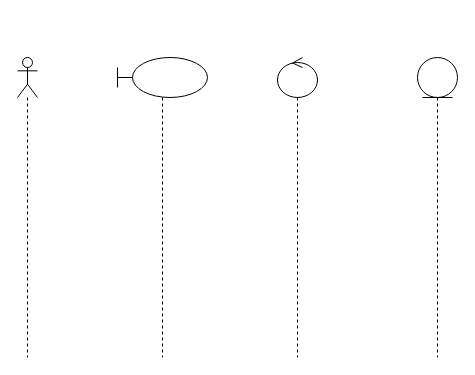
This is page "SequenceDiagram" (3 of 3) of RPLGading.drawio from fazrigading/fazrigading, a draw.io file, before an edit. Source tidied: cells renumbered, new cells numbered last; positions are measured from the earlier drawing's top-left corner, leaving out a move shared by most shapes. Both pictures are drawn from the tidied source at 100%, with x=0, y=0 at pixel (17, 57).
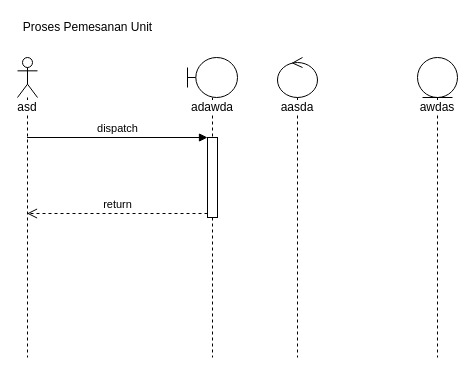
The same page after the edit.

Change to the diagram source:
```diff
@@
 <mxGraphModel>
   <root>
     <mxCell id="0" />
     <mxCell id="1" parent="0" />
-    <mxCell id="2" style="shape=umlLifeline;participant=umlActor;perimeter=lifelinePerimeter;whiteSpace=wrap;html=1;verticalAlign=top;spacingTop=36;outlineConnect=0;" parent="1" vertex="1">
+    <mxCell id="2" value="&lt;span style=&quot;background-color: rgb(255, 255, 255);&quot;&gt;asd&lt;/span&gt;" style="shape=umlLifeline;participant=umlActor;perimeter=lifelinePerimeter;whiteSpace=wrap;html=1;verticalAlign=top;spacingTop=36;outlineConnect=0;" parent="1" vertex="1">
       <mxGeometry width="20" height="300" as="geometry" />
     </mxCell>
-    <mxCell id="3" style="shape=umlLifeline;participant=umlBoundary;perimeter=lifelinePerimeter;whiteSpace=wrap;html=1;verticalAlign=top;spacingTop=36;" parent="1" vertex="1">
-      <mxGeometry x="100" width="90" height="300" as="geometry" />
+    <mxCell id="3" value="&lt;span style=&quot;background-color: rgb(255, 255, 255);&quot;&gt;adawda&lt;/span&gt;" style="shape=umlLifeline;participant=umlBoundary;perimeter=lifelinePerimeter;whiteSpace=wrap;html=1;verticalAlign=top;spacingTop=36;" parent="1" vertex="1">
+      <mxGeometry x="170" width="50" height="300" as="geometry" />
     </mxCell>
+    <mxCell id="6" style="html=1;points=[];perimeter=orthogonalPerimeter;" parent="3" vertex="1">
+      <mxGeometry x="20" y="80" width="10" height="80" as="geometry" />
+    </mxCell>
-    <mxCell id="4" style="shape=umlLifeline;participant=umlEntity;perimeter=lifelinePerimeter;whiteSpace=wrap;html=1;verticalAlign=top;spacingTop=36;" parent="1" vertex="1">
+    <mxCell id="4" value="&lt;span style=&quot;background-color: rgb(255, 255, 255);&quot;&gt;awdas&lt;/span&gt;" style="shape=umlLifeline;participant=umlEntity;perimeter=lifelinePerimeter;whiteSpace=wrap;html=1;verticalAlign=top;spacingTop=36;" parent="1" vertex="1">
       <mxGeometry x="400" width="40" height="300" as="geometry" />
     </mxCell>
-    <mxCell id="5" style="shape=umlLifeline;participant=umlControl;perimeter=lifelinePerimeter;whiteSpace=wrap;html=1;verticalAlign=top;spacingTop=36;" parent="1" vertex="1">
+    <mxCell id="5" value="&lt;span style=&quot;background-color: rgb(255, 255, 255);&quot;&gt;aasda&lt;/span&gt;" style="shape=umlLifeline;participant=umlControl;perimeter=lifelinePerimeter;whiteSpace=wrap;html=1;verticalAlign=top;spacingTop=36;" parent="1" vertex="1">
       <mxGeometry x="260" width="40" height="300" as="geometry" />
     </mxCell>
+    <mxCell id="7" value="dispatch" style="html=1;verticalAlign=bottom;endArrow=block;entryX=0;entryY=0;rounded=0;" parent="1" edge="1" source="2" target="6">
+      <mxGeometry relative="1" as="geometry" />
+    </mxCell>
+    <mxCell id="8" value="return" style="html=1;verticalAlign=bottom;endArrow=open;dashed=1;endSize=8;exitX=0;exitY=0.95;rounded=0;" parent="1" edge="1" source="6" target="2">
+      <mxGeometry relative="1" as="geometry" />
+    </mxCell>
+    <mxCell id="9" value="Proses Pemesanan Unit" style="text;html=1;align=center;verticalAlign=middle;strokeColor=none;fillColor=none;" parent="1" vertex="1">
+      <mxGeometry y="-40" width="140" height="20" as="geometry" />
+    </mxCell>
   </root>
 </mxGraphModel>
```
